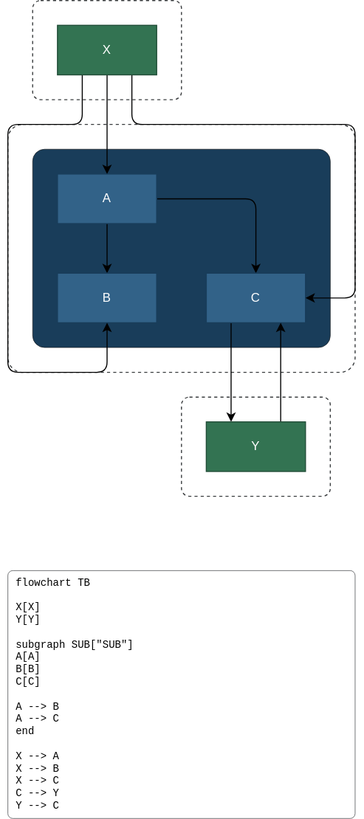
Earlier version of the draw.io export packages/plugins/plugin-illustrator/docs/drawing.drawio.svg (dxos/dxos). Source tidied: cells renumbered, new cells last; positions are measured from the earlier drawing's top-left corner, leaving out a move shared by most shapes.
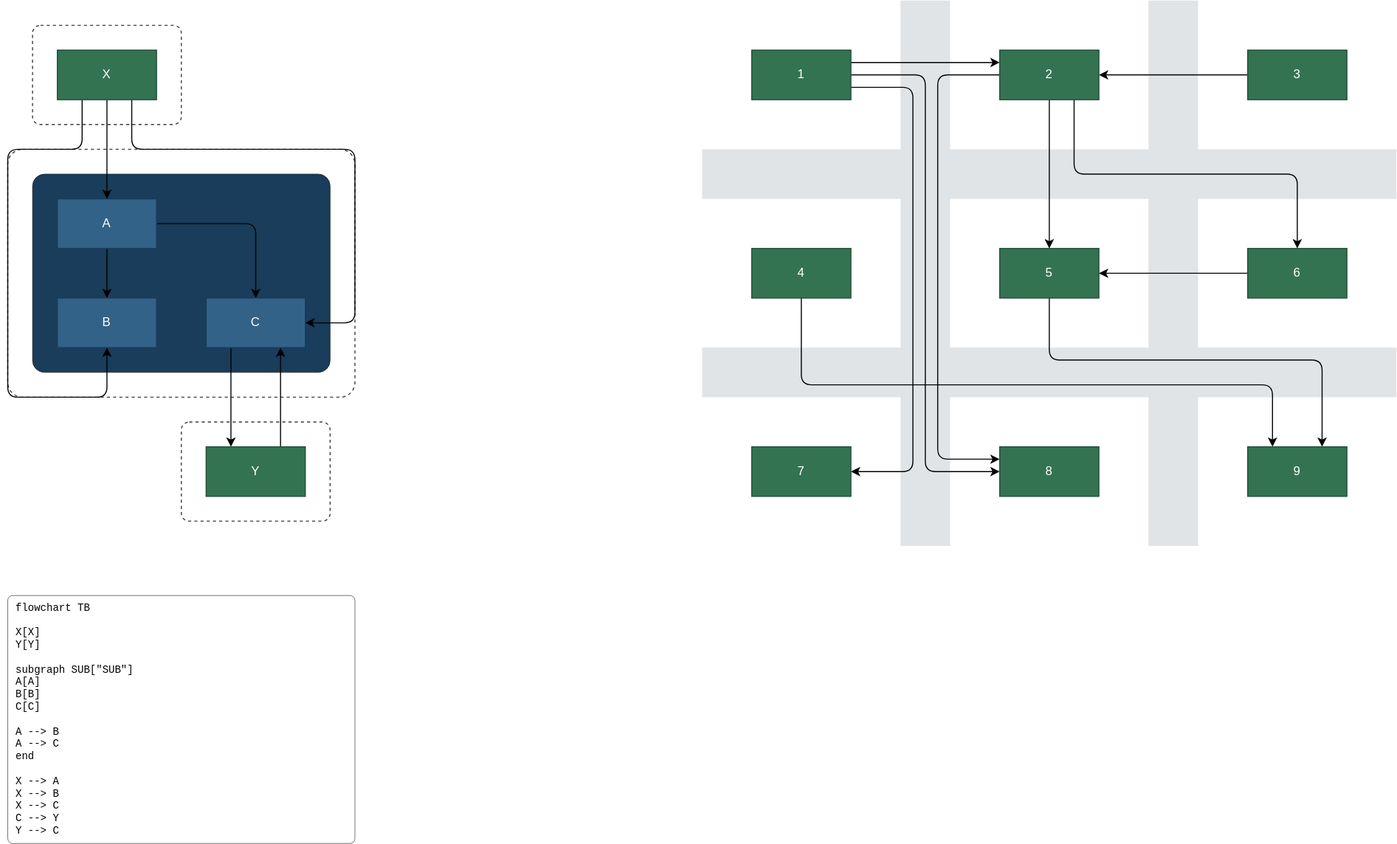
Later version of the same file.

Change to the diagram source:
```diff
@@ -2,6 +2,18 @@
   <root>
     <mxCell id="0" />
     <mxCell id="1" parent="0" />
+    <mxCell id="19" style="rounded=0;whiteSpace=wrap;html=1;fillColor=#E1E4E6;fontColor=#000000;strokeColor=none;" parent="1" vertex="1">
+      <mxGeometry x="672" y="120" width="672" height="48" as="geometry" />
+    </mxCell>
+    <mxCell id="20" style="rounded=0;whiteSpace=wrap;html=1;fillColor=#E1E4E6;fontColor=#000000;strokeColor=none;" parent="1" vertex="1">
+      <mxGeometry x="672" y="312" width="672" height="48" as="geometry" />
+    </mxCell>
+    <mxCell id="21" style="rounded=0;whiteSpace=wrap;html=1;fillColor=#E1E4E6;fontColor=#000000;strokeColor=none;" parent="1" vertex="1">
+      <mxGeometry x="864" y="-24" width="48" height="528" as="geometry" />
+    </mxCell>
+    <mxCell id="22" style="rounded=0;whiteSpace=wrap;html=1;fillColor=#E1E4E6;fontColor=#000000;strokeColor=none;" parent="1" vertex="1">
+      <mxGeometry x="1104" y="-24" width="48" height="528" as="geometry" />
+    </mxCell>
     <mxCell id="2" style="rounded=1;whiteSpace=wrap;html=1;arcSize=8;dashed=1;strokeColor=#393C3E;" parent="1" vertex="1">
       <mxGeometry x="168" y="384" width="144" height="96" as="geometry" />
     </mxCell>
@@ -70,5 +82,92 @@
     <mxCell id="18" value="&lt;div style=&quot;box-sizing: border-box; --diffs-computed-decoration-bg: light-dark(#fdfdfc,#262626); --diffs-computed-diff-line-bg: light-dark(#fdfdfc,#262626); --diffs-computed-selected-line-bg: light-dark(#fdfdfc,#262626); background-image: initial; background-position: initial; background-size: initial; background-repeat: initial; background-attachment: initial; background-origin: initial; background-clip: initial; --diffs-selection-mix-target: #6da7ec; padding-inline: 1ch 1ch; position: relative; word-break: break-word; min-height: 1lh; font-family: &amp;quot;Anthropic Mono&amp;quot;, ui-monospace, monospace; font-size: 10px;&quot;&gt;&lt;span style=&quot;box-sizing: border-box; text-decoration-line: initial; text-decoration-color: rgb(237, 237, 237); font-size: 10px;&quot;&gt;flowchart TB&lt;/span&gt;&lt;/div&gt;&lt;div style=&quot;box-sizing: border-box; --diffs-computed-decoration-bg: light-dark(#fdfdfc,#262626); --diffs-computed-diff-line-bg: light-dark(#fdfdfc,#262626); --diffs-computed-selected-line-bg: light-dark(#fdfdfc,#262626); --diffs-selection-mix-target: #6da7ec; padding-inline: 1ch 1ch; position: relative; word-break: break-word; min-height: 1lh; font-family: &amp;quot;Anthropic Mono&amp;quot;, ui-monospace, monospace; font-size: 10px;&quot;&gt;&lt;span style=&quot;box-sizing: border-box; text-decoration-line: initial; text-decoration-color: rgb(237, 237, 237); font-size: 10px;&quot;&gt;&lt;br&gt;&amp;nbsp; X[X]&lt;/span&gt;&lt;/div&gt;&lt;div style=&quot;box-sizing: border-box; --diffs-computed-decoration-bg: light-dark(#fdfdfc,#262626); --diffs-computed-diff-line-bg: light-dark(#fdfdfc,#262626); --diffs-computed-selected-line-bg: light-dark(#fdfdfc,#262626); --diffs-selection-mix-target: #6da7ec; padding-inline: 1ch 1ch; position: relative; word-break: break-word; min-height: 1lh; font-family: &amp;quot;Anthropic Mono&amp;quot;, ui-monospace, monospace; font-size: 10px;&quot;&gt;&lt;span style=&quot;text-decoration-line: initial;&quot;&gt;&amp;nbsp; Y[Y]&lt;/span&gt;&lt;span style=&quot;box-sizing: border-box; text-decoration-line: initial; text-decoration-color: rgb(237, 237, 237); font-size: 10px;&quot;&gt;&lt;/span&gt;&lt;/div&gt;&lt;div style=&quot;box-sizing: border-box; --diffs-computed-decoration-bg: light-dark(#fdfdfc,#262626); --diffs-computed-diff-line-bg: light-dark(#fdfdfc,#262626); --diffs-computed-selected-line-bg: light-dark(#fdfdfc,#262626); --diffs-selection-mix-target: #6da7ec; padding-inline: 1ch 1ch; position: relative; word-break: break-word; min-height: 1lh; font-family: &amp;quot;Anthropic Mono&amp;quot;, ui-monospace, monospace;&quot;&gt;&lt;span style=&quot;box-sizing: border-box; text-decoration-line: initial; text-decoration-color: rgb(237, 237, 237);&quot;&gt;&lt;/span&gt;&lt;/div&gt;&lt;div style=&quot;box-sizing: border-box; --diffs-computed-decoration-bg: light-dark(#fdfdfc,#262626); --diffs-computed-diff-line-bg: light-dark(#fdfdfc,#262626); --diffs-computed-selected-line-bg: light-dark(#fdfdfc,#262626); --diffs-selection-mix-target: #6da7ec; padding-inline: 1ch 1ch; position: relative; word-break: break-word; min-height: 1lh; font-family: &amp;quot;Anthropic Mono&amp;quot;, ui-monospace, monospace; font-size: 10px;&quot;&gt;&lt;span style=&quot;box-sizing: border-box; text-decoration-line: initial; text-decoration-color: rgb(237, 237, 237); font-size: 10px;&quot;&gt;&amp;nbsp;&amp;nbsp;subgraph SUB[&quot;SUB&quot;]&lt;/span&gt;&lt;/div&gt;&lt;div style=&quot;box-sizing: border-box; --diffs-computed-decoration-bg: light-dark(#fdfdfc,#262626); --diffs-computed-diff-line-bg: light-dark(#fdfdfc,#262626); --diffs-computed-selected-line-bg: light-dark(#fdfdfc,#262626); --diffs-selection-mix-target: #6da7ec; padding-inline: 1ch 1ch; position: relative; word-break: break-word; min-height: 1lh; font-family: &amp;quot;Anthropic Mono&amp;quot;, ui-monospace, monospace; font-size: 10px;&quot;&gt;&lt;span style=&quot;box-sizing: border-box; text-decoration-line: initial; text-decoration-color: rgb(237, 237, 237); font-size: 10px;&quot;&gt;&amp;nbsp; &amp;nbsp; A[A]&lt;/span&gt;&lt;/div&gt;&lt;div style=&quot;box-sizing: border-box; --diffs-computed-decoration-bg: light-dark(#fdfdfc,#262626); --diffs-computed-diff-line-bg: light-dark(#fdfdfc,#262626); --diffs-computed-selected-line-bg: light-dark(#fdfdfc,#262626); --diffs-selection-mix-target: #6da7ec; padding-inline: 1ch 1ch; position: relative; word-break: break-word; min-height: 1lh; font-family: &amp;quot;Anthropic Mono&amp;quot;, ui-monospace, monospace; font-size: 10px;&quot;&gt;&lt;span style=&quot;box-sizing: border-box; text-decoration-line: initial; text-decoration-color: rgb(237, 237, 237); font-size: 10px;&quot;&gt;&amp;nbsp; &amp;nbsp; B[B]&lt;/span&gt;&lt;/div&gt;&lt;div style=&quot;box-sizing: border-box; --diffs-computed-decoration-bg: light-dark(#fdfdfc,#262626); --diffs-computed-diff-line-bg: light-dark(#fdfdfc,#262626); --diffs-computed-selected-line-bg: light-dark(#fdfdfc,#262626); --diffs-selection-mix-target: #6da7ec; padding-inline: 1ch 1ch; position: relative; word-break: break-word; min-height: 1lh; font-family: &amp;quot;Anthropic Mono&amp;quot;, ui-monospace, monospace; font-size: 10px;&quot;&gt;&lt;span style=&quot;box-sizing: border-box; text-decoration-line: initial; text-decoration-color: rgb(237, 237, 237); font-size: 10px;&quot;&gt;&amp;nbsp; &amp;nbsp; C[C]&lt;/span&gt;&lt;/div&gt;&lt;div style=&quot;box-sizing: border-box; --diffs-computed-decoration-bg: light-dark(#fdfdfc,#262626); --diffs-computed-diff-line-bg: light-dark(#fdfdfc,#262626); --diffs-computed-selected-line-bg: light-dark(#fdfdfc,#262626); --diffs-selection-mix-target: #6da7ec; padding-inline: 1ch 1ch; position: relative; word-break: break-word; min-height: 1lh; font-family: &amp;quot;Anthropic Mono&amp;quot;, ui-monospace, monospace; font-size: 10px;&quot;&gt;&lt;span style=&quot;box-sizing: border-box; text-decoration-line: initial; text-decoration-color: rgb(237, 237, 237); font-size: 10px;&quot;&gt;&lt;/span&gt;&lt;/div&gt;&lt;div style=&quot;box-sizing: border-box; --diffs-computed-decoration-bg: light-dark(#fdfdfc,#262626); --diffs-computed-diff-line-bg: light-dark(#fdfdfc,#262626); --diffs-computed-selected-line-bg: light-dark(#fdfdfc,#262626); --diffs-selection-mix-target: #6da7ec; padding-inline: 1ch 1ch; position: relative; word-break: break-word; min-height: 1lh; font-family: &amp;quot;Anthropic Mono&amp;quot;, ui-monospace, monospace; font-size: 10px;&quot;&gt;&lt;span style=&quot;box-sizing: border-box; text-decoration-line: initial; text-decoration-color: rgb(237, 237, 237); font-size: 10px;&quot;&gt;&amp;nbsp; &amp;nbsp; A --&amp;gt; B&lt;/span&gt;&lt;/div&gt;&lt;div style=&quot;box-sizing: border-box; --diffs-computed-decoration-bg: light-dark(#fdfdfc,#262626); --diffs-computed-diff-line-bg: light-dark(#fdfdfc,#262626); --diffs-computed-selected-line-bg: light-dark(#fdfdfc,#262626); --diffs-selection-mix-target: #6da7ec; padding-inline: 1ch 1ch; position: relative; word-break: break-word; min-height: 1lh; font-family: &amp;quot;Anthropic Mono&amp;quot;, ui-monospace, monospace; font-size: 10px;&quot;&gt;&lt;span style=&quot;box-sizing: border-box; text-decoration-line: initial; text-decoration-color: rgb(237, 237, 237); font-size: 10px;&quot;&gt;&amp;nbsp; &amp;nbsp; A --&amp;gt; C&lt;/span&gt;&lt;/div&gt;&lt;div style=&quot;box-sizing: border-box; --diffs-computed-decoration-bg: light-dark(#fdfdfc,#262626); --diffs-computed-diff-line-bg: light-dark(#fdfdfc,#262626); --diffs-computed-selected-line-bg: light-dark(#fdfdfc,#262626); --diffs-selection-mix-target: #6da7ec; padding-inline: 1ch 1ch; position: relative; word-break: break-word; min-height: 1lh; font-family: &amp;quot;Anthropic Mono&amp;quot;, ui-monospace, monospace; font-size: 10px;&quot;&gt;&lt;span style=&quot;box-sizing: border-box; text-decoration-line: initial; text-decoration-color: rgb(237, 237, 237); font-size: 10px;&quot;&gt;&amp;nbsp; end&lt;/span&gt;&lt;/div&gt;&lt;div style=&quot;box-sizing: border-box; --diffs-computed-decoration-bg: light-dark(#fdfdfc,#262626); --diffs-computed-diff-line-bg: light-dark(#fdfdfc,#262626); --diffs-computed-selected-line-bg: light-dark(#fdfdfc,#262626); --diffs-selection-mix-target: #6da7ec; padding-inline: 1ch 1ch; position: relative; word-break: break-word; min-height: 1lh; font-family: &amp;quot;Anthropic Mono&amp;quot;, ui-monospace, monospace; font-size: 10px;&quot;&gt;&lt;span style=&quot;box-sizing: border-box; text-decoration-line: initial; text-decoration-color: rgb(237, 237, 237); font-size: 10px;&quot;&gt;&lt;/span&gt;&lt;/div&gt;&lt;div style=&quot;box-sizing: border-box; --diffs-computed-decoration-bg: light-dark(#fdfdfc,#262626); --diffs-computed-diff-line-bg: light-dark(#fdfdfc,#262626); --diffs-computed-selected-line-bg: light-dark(#fdfdfc,#262626); --diffs-selection-mix-target: #6da7ec; padding-inline: 1ch 1ch; position: relative; word-break: break-word; min-height: 1lh; font-family: &amp;quot;Anthropic Mono&amp;quot;, ui-monospace, monospace; font-size: 10px;&quot;&gt;&lt;span style=&quot;text-decoration-line: initial;&quot;&gt;&amp;nbsp; X --&amp;gt; A&lt;/span&gt;&lt;/div&gt;&lt;div style=&quot;box-sizing: border-box; --diffs-computed-decoration-bg: light-dark(#fdfdfc,#262626); --diffs-computed-diff-line-bg: light-dark(#fdfdfc,#262626); --diffs-computed-selected-line-bg: light-dark(#fdfdfc,#262626); --diffs-selection-mix-target: #6da7ec; padding-inline: 1ch 1ch; position: relative; word-break: break-word; min-height: 1lh; font-family: &amp;quot;Anthropic Mono&amp;quot;, ui-monospace, monospace; font-size: 10px;&quot;&gt;&lt;span style=&quot;box-sizing: border-box; text-decoration-line: initial; text-decoration-color: rgb(237, 237, 237); font-size: 10px;&quot;&gt;&amp;nbsp; X --&amp;gt; B&lt;/span&gt;&lt;/div&gt;&lt;div style=&quot;box-sizing: border-box; --diffs-computed-decoration-bg: light-dark(#fdfdfc,#262626); --diffs-computed-diff-line-bg: light-dark(#fdfdfc,#262626); --diffs-computed-selected-line-bg: light-dark(#fdfdfc,#262626); --diffs-selection-mix-target: #6da7ec; padding-inline: 1ch 1ch; position: relative; word-break: break-word; min-height: 1lh; font-family: &amp;quot;Anthropic Mono&amp;quot;, ui-monospace, monospace; font-size: 10px;&quot;&gt;&lt;span style=&quot;box-sizing: border-box; text-decoration-line: initial; text-decoration-color: rgb(237, 237, 237); font-size: 10px;&quot;&gt;&amp;nbsp; X --&amp;gt; C&lt;/span&gt;&lt;/div&gt;&lt;div style=&quot;box-sizing: border-box; --diffs-computed-decoration-bg: light-dark(#fdfdfc,#262626); --diffs-computed-diff-line-bg: light-dark(#fdfdfc,#262626); --diffs-computed-selected-line-bg: light-dark(#fdfdfc,#262626); --diffs-selection-mix-target: #6da7ec; padding-inline: 1ch 1ch; position: relative; word-break: break-word; min-height: 1lh; font-family: &amp;quot;Anthropic Mono&amp;quot;, ui-monospace, monospace; font-size: 10px;&quot;&gt;&lt;span style=&quot;box-sizing: border-box; text-decoration-line: initial; text-decoration-color: rgb(237, 237, 237); font-size: 10px;&quot;&gt;&amp;nbsp; C --&amp;gt; Y&lt;/span&gt;&lt;/div&gt;&lt;div style=&quot;box-sizing: border-box; --diffs-computed-decoration-bg: light-dark(#fdfdfc,#262626); --diffs-computed-diff-line-bg: light-dark(#fdfdfc,#262626); --diffs-computed-selected-line-bg: light-dark(#fdfdfc,#262626); --diffs-selection-mix-target: #6da7ec; padding-inline: 1ch 1ch; position: relative; word-break: break-word; min-height: 1lh; font-family: &amp;quot;Anthropic Mono&amp;quot;, ui-monospace, monospace; font-size: 10px;&quot;&gt;&lt;span style=&quot;box-sizing: border-box; text-decoration-line: initial; text-decoration-color: rgb(237, 237, 237); font-size: 10px;&quot;&gt;&amp;nbsp; Y --&amp;gt; C&lt;/span&gt;&lt;/div&gt;" style="rounded=1;whiteSpace=wrap;html=1;strokeColor=#393C3E;strokeWidth=0.5;align=left;verticalAlign=top;fontSize=10;fontColor=default;labelBackgroundColor=default;arcSize=2;" parent="1" vertex="1">
       <mxGeometry y="552" width="336" height="240" as="geometry" />
     </mxCell>
+    <mxCell id="23" style="edgeStyle=none;html=1;exitX=1;exitY=0.5;exitDx=0;exitDy=0;entryX=0;entryY=0.5;entryDx=0;entryDy=0;" parent="1" edge="1" source="26" target="40">
+      <mxGeometry relative="1" as="geometry">
+        <Array as="points">
+          <mxPoint x="888" y="48" />
+          <mxPoint x="888" y="432" />
+        </Array>
+      </mxGeometry>
+    </mxCell>
+    <mxCell id="24" style="edgeStyle=none;html=1;exitX=1;exitY=0.25;exitDx=0;exitDy=0;entryX=0;entryY=0.25;entryDx=0;entryDy=0;" parent="1" edge="1" source="26" target="30">
+      <mxGeometry relative="1" as="geometry" />
+    </mxCell>
+    <mxCell id="25" style="edgeStyle=none;html=1;exitX=1;exitY=0.75;exitDx=0;exitDy=0;entryX=1;entryY=0.5;entryDx=0;entryDy=0;" parent="1" edge="1" source="26" target="39">
+      <mxGeometry relative="1" as="geometry">
+        <Array as="points">
+          <mxPoint x="876" y="60" />
+          <mxPoint x="876" y="432" />
+        </Array>
+      </mxGeometry>
+    </mxCell>
+    <mxCell id="26" value="1" style="rounded=0;whiteSpace=wrap;html=1;fillColor=#337352;fontColor=#FFFFFF;strokeColor=#214D37;" parent="1" vertex="1">
+      <mxGeometry x="720" y="24" width="96" height="48" as="geometry" />
+    </mxCell>
+    <mxCell id="27" style="edgeStyle=none;html=1;exitX=0.75;exitY=1;exitDx=0;exitDy=0;entryX=0.5;entryY=0;entryDx=0;entryDy=0;" parent="1" edge="1" source="30" target="38">
+      <mxGeometry relative="1" as="geometry">
+        <Array as="points">
+          <mxPoint x="1032" y="144" />
+          <mxPoint x="1248" y="144" />
+        </Array>
+      </mxGeometry>
+    </mxCell>
+    <mxCell id="28" style="edgeStyle=none;html=1;exitX=0.5;exitY=1;exitDx=0;exitDy=0;" parent="1" edge="1" source="30" target="36">
+      <mxGeometry relative="1" as="geometry" />
+    </mxCell>
+    <mxCell id="29" style="edgeStyle=none;html=1;exitX=0;exitY=0.5;exitDx=0;exitDy=0;entryX=0;entryY=0.25;entryDx=0;entryDy=0;" parent="1" edge="1" source="30" target="40">
+      <mxGeometry relative="1" as="geometry">
+        <Array as="points">
+          <mxPoint x="900" y="48" />
+          <mxPoint x="900" y="420" />
+        </Array>
+      </mxGeometry>
+    </mxCell>
+    <mxCell id="30" value="2" style="rounded=0;whiteSpace=wrap;html=1;fillColor=#337352;fontColor=#FFFFFF;strokeColor=#214D37;" parent="1" vertex="1">
+      <mxGeometry x="960" y="24" width="96" height="48" as="geometry" />
+    </mxCell>
+    <mxCell id="31" style="edgeStyle=none;html=1;exitX=0;exitY=0.5;exitDx=0;exitDy=0;entryX=1;entryY=0.5;entryDx=0;entryDy=0;" parent="1" edge="1" source="32" target="30">
+      <mxGeometry relative="1" as="geometry" />
+    </mxCell>
+    <mxCell id="32" value="3" style="rounded=0;whiteSpace=wrap;html=1;fillColor=#337352;fontColor=#FFFFFF;strokeColor=#214D37;" parent="1" vertex="1">
+      <mxGeometry x="1200" y="24" width="96" height="48" as="geometry" />
+    </mxCell>
+    <mxCell id="33" style="edgeStyle=none;html=1;exitX=0.5;exitY=1;exitDx=0;exitDy=0;entryX=0.25;entryY=0;entryDx=0;entryDy=0;" parent="1" edge="1" source="34" target="41">
+      <mxGeometry relative="1" as="geometry">
+        <Array as="points">
+          <mxPoint x="768" y="348" />
+          <mxPoint x="1224" y="348" />
+        </Array>
+      </mxGeometry>
+    </mxCell>
+    <mxCell id="34" value="4" style="rounded=0;whiteSpace=wrap;html=1;fillColor=#337352;fontColor=#FFFFFF;strokeColor=#214D37;" parent="1" vertex="1">
+      <mxGeometry x="720" y="216" width="96" height="48" as="geometry" />
+    </mxCell>
+    <mxCell id="35" style="edgeStyle=none;html=1;exitX=0.5;exitY=1;exitDx=0;exitDy=0;entryX=0.75;entryY=0;entryDx=0;entryDy=0;" parent="1" edge="1" source="36" target="41">
+      <mxGeometry relative="1" as="geometry">
+        <Array as="points">
+          <mxPoint x="1008" y="324" />
+          <mxPoint x="1272" y="324" />
+        </Array>
+      </mxGeometry>
+    </mxCell>
+    <mxCell id="36" value="5" style="rounded=0;whiteSpace=wrap;html=1;fillColor=#337352;fontColor=#FFFFFF;strokeColor=#214D37;" parent="1" vertex="1">
+      <mxGeometry x="960" y="216" width="96" height="48" as="geometry" />
+    </mxCell>
+    <mxCell id="37" style="edgeStyle=none;html=1;exitX=0;exitY=0.5;exitDx=0;exitDy=0;" parent="1" edge="1" source="38" target="36">
+      <mxGeometry relative="1" as="geometry" />
+    </mxCell>
+    <mxCell id="38" value="6" style="rounded=0;whiteSpace=wrap;html=1;fillColor=#337352;fontColor=#FFFFFF;strokeColor=#214D37;" parent="1" vertex="1">
+      <mxGeometry x="1200" y="216" width="96" height="48" as="geometry" />
+    </mxCell>
+    <mxCell id="39" value="7" style="rounded=0;whiteSpace=wrap;html=1;fillColor=#337352;fontColor=#FFFFFF;strokeColor=#214D37;" parent="1" vertex="1">
+      <mxGeometry x="720" y="408" width="96" height="48" as="geometry" />
+    </mxCell>
+    <mxCell id="40" value="8" style="rounded=0;whiteSpace=wrap;html=1;fillColor=#337352;fontColor=#FFFFFF;strokeColor=#214D37;" parent="1" vertex="1">
+      <mxGeometry x="960" y="408" width="96" height="48" as="geometry" />
+    </mxCell>
+    <mxCell id="41" value="9" style="rounded=0;whiteSpace=wrap;html=1;fillColor=#337352;fontColor=#FFFFFF;strokeColor=#214D37;" parent="1" vertex="1">
+      <mxGeometry x="1200" y="408" width="96" height="48" as="geometry" />
+    </mxCell>
   </root>
 </mxGraphModel>
```
